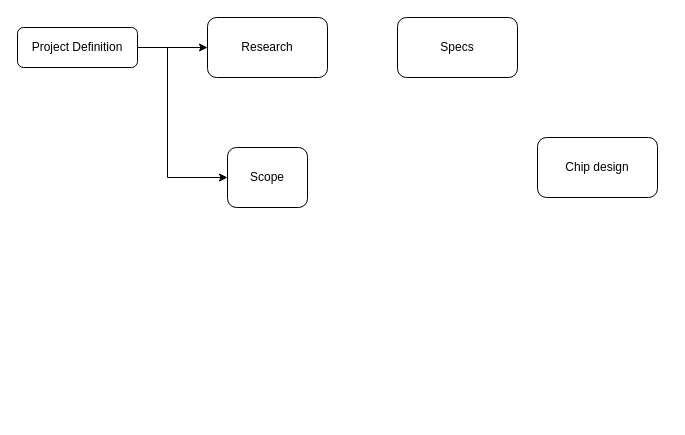
The draw.io diagram Snapshot_1.drawio in BravenGold/Capstone, before the edit. Source tidied: cells renumbered, new cells numbered last; positions are measured from the earlier drawing's top-left corner, leaving out a move shared by most shapes. Both pictures are drawn from the tidied source at 100%, with x=0, y=0 at pixel (17, 17).
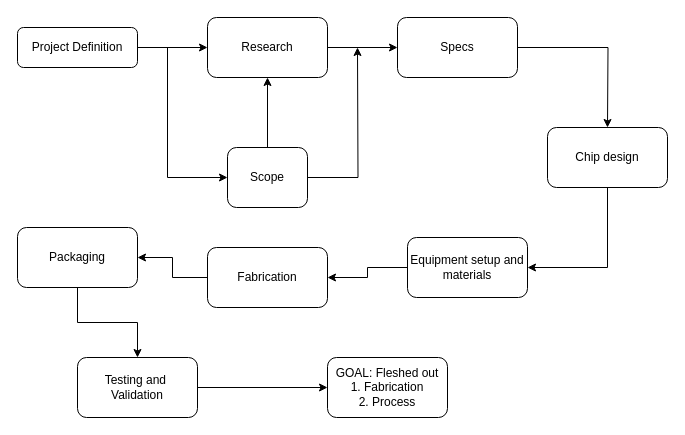
The same page after the edit.

The change refers to these unchanged cells:
```xml
<mxCell id="4" value="Research" style="rounded=1;whiteSpace=wrap;html=1;" parent="1" vertex="1">
  <mxGeometry x="190" width="120" height="60" as="geometry" />
</mxCell>
<mxCell id="6" value="Scope" style="rounded=1;whiteSpace=wrap;html=1;" parent="1" vertex="1">
  <mxGeometry x="210" y="130" width="80" height="60" as="geometry" />
</mxCell>
<mxCell id="7" value="Specs" style="rounded=1;whiteSpace=wrap;html=1;" parent="1" vertex="1">
  <mxGeometry x="380" width="120" height="60" as="geometry" />
</mxCell>
```

What changed in the source:
```diff
@@
+    <mxCell id="9" style="edgeStyle=orthogonalEdgeStyle;rounded=0;jettySize=auto;html=1;exitX=1;exitY=0.5;exitDx=0;exitDy=0;entryX=0;entryY=0.5;entryDx=0;entryDy=0;" parent="1" edge="1" source="4" target="7">
+      <mxGeometry relative="1" as="geometry" />
+    </mxCell>
@@
+    <mxCell id="10" style="edgeStyle=orthogonalEdgeStyle;rounded=0;jettySize=auto;html=1;exitX=0.5;exitY=0;exitDx=0;exitDy=0;entryX=0.5;entryY=1;entryDx=0;entryDy=0;" parent="1" edge="1" source="6" target="4">
+      <mxGeometry relative="1" as="geometry" />
+    </mxCell>
+    <mxCell id="11" style="edgeStyle=orthogonalEdgeStyle;rounded=0;jettySize=auto;html=1;exitX=1;exitY=0.5;exitDx=0;exitDy=0;" parent="1" edge="1" source="6">
+      <mxGeometry relative="1" as="geometry">
+        <mxPoint x="340" y="30" as="targetPoint" />
+      </mxGeometry>
+    </mxCell>
@@
+    <mxCell id="12" style="edgeStyle=orthogonalEdgeStyle;rounded=0;jettySize=auto;html=1;exitX=1;exitY=0.5;exitDx=0;exitDy=0;" parent="1" edge="1" source="7">
+      <mxGeometry relative="1" as="geometry">
+        <mxPoint x="590" y="110" as="targetPoint" />
+      </mxGeometry>
+    </mxCell>
@@
+    <mxCell id="13" style="edgeStyle=orthogonalEdgeStyle;rounded=0;jettySize=auto;html=1;exitX=0.5;exitY=1;exitDx=0;exitDy=0;entryX=1;entryY=0.5;entryDx=0;entryDy=0;" parent="1" edge="1" source="8" target="15">
+      <mxGeometry relative="1" as="geometry" />
+    </mxCell>
     <mxCell id="8" value="Chip design" style="rounded=1;whiteSpace=wrap;html=1;" parent="1" vertex="1">
-      <mxGeometry x="520" y="120" width="120" height="60" as="geometry" />
+      <mxGeometry x="530" y="110" width="120" height="60" as="geometry" />
     </mxCell>
+    <mxCell id="14" style="edgeStyle=orthogonalEdgeStyle;rounded=0;jettySize=auto;html=1;" parent="1" edge="1" source="15" target="17">
+      <mxGeometry relative="1" as="geometry" />
+    </mxCell>
+    <mxCell id="15" value="Equipment setup and materials" style="rounded=1;whiteSpace=wrap;html=1;" parent="1" vertex="1">
+      <mxGeometry x="390" y="220" width="120" height="60" as="geometry" />
+    </mxCell>
+    <mxCell id="16" style="edgeStyle=orthogonalEdgeStyle;rounded=0;jettySize=auto;html=1;exitX=0;exitY=0.5;exitDx=0;exitDy=0;entryX=1;entryY=0.5;entryDx=0;entryDy=0;" parent="1" edge="1" source="17" target="19">
+      <mxGeometry relative="1" as="geometry" />
+    </mxCell>
+    <mxCell id="17" value="Fabrication" style="rounded=1;whiteSpace=wrap;html=1;" parent="1" vertex="1">
+      <mxGeometry x="190" y="230" width="120" height="60" as="geometry" />
+    </mxCell>
+    <mxCell id="18" style="edgeStyle=orthogonalEdgeStyle;rounded=0;jettySize=auto;html=1;exitX=0.5;exitY=1;exitDx=0;exitDy=0;" parent="1" edge="1" source="19" target="21">
+      <mxGeometry relative="1" as="geometry" />
+    </mxCell>
+    <mxCell id="19" value="Packaging" style="rounded=1;whiteSpace=wrap;html=1;" parent="1" vertex="1">
+      <mxGeometry y="210" width="120" height="60" as="geometry" />
+    </mxCell>
+    <mxCell id="20" style="edgeStyle=orthogonalEdgeStyle;rounded=0;jettySize=auto;html=1;exitX=1;exitY=0.5;exitDx=0;exitDy=0;entryX=0;entryY=0.5;entryDx=0;entryDy=0;" parent="1" edge="1" source="21" target="22">
+      <mxGeometry relative="1" as="geometry" />
+    </mxCell>
+    <mxCell id="21" value="&lt;div&gt;Testing and&amp;nbsp;&lt;/div&gt;&lt;div&gt;Validation&lt;/div&gt;" style="rounded=1;whiteSpace=wrap;html=1;" parent="1" vertex="1">
+      <mxGeometry x="60" y="340" width="120" height="60" as="geometry" />
+    </mxCell>
+    <mxCell id="22" value="&lt;div&gt;GOAL: Fleshed out&lt;br&gt;&lt;/div&gt;&lt;div&gt;1. Fabrication&lt;/div&gt;&lt;div&gt;2. Process&lt;br&gt;&lt;/div&gt;" style="rounded=1;whiteSpace=wrap;html=1;" parent="1" vertex="1">
+      <mxGeometry x="310" y="340" width="120" height="60" as="geometry" />
+    </mxCell>
```
